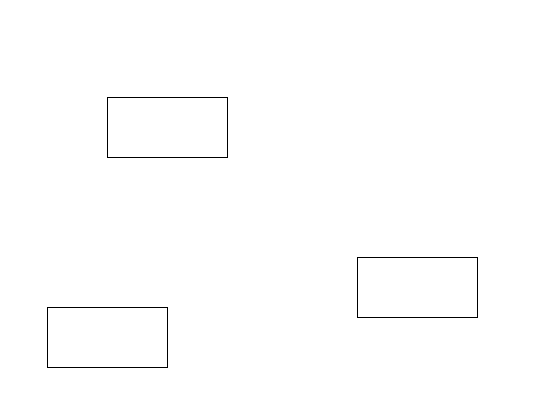
Earlier version of the draw.io diagram Test.drawio (AdampBoucher/DrawioTest). Source tidied: cells renumbered, new cells numbered last; positions are measured from the earlier drawing's top-left corner, leaving out a move shared by most shapes. Both pictures are drawn from the tidied source at 100%, with x=0, y=0 at pixel (47, 97).
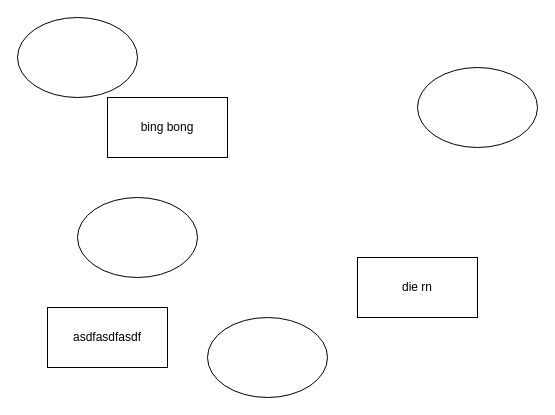
The same page after the edit.

Diff of the diagram source:
```diff
@@
 <mxGraphModel>
   <root>
     <mxCell id="0" />
     <mxCell id="1" parent="0" />
-    <mxCell id="2" style="rounded=0;whiteSpace=wrap;html=1;" parent="1" vertex="1">
+    <mxCell id="2" value="bing bong" style="rounded=0;whiteSpace=wrap;html=1;" parent="1" vertex="1">
       <mxGeometry x="60" width="120" height="60" as="geometry" />
     </mxCell>
-    <mxCell id="3" style="rounded=0;whiteSpace=wrap;html=1;" parent="1" vertex="1">
+    <mxCell id="3" value="die rn" style="rounded=0;whiteSpace=wrap;html=1;" parent="1" vertex="1">
       <mxGeometry x="310" y="160" width="120" height="60" as="geometry" />
     </mxCell>
-    <mxCell id="4" style="rounded=0;whiteSpace=wrap;html=1;" parent="1" vertex="1">
+    <mxCell id="4" value="asdfasdfasdf" style="rounded=0;whiteSpace=wrap;html=1;" parent="1" vertex="1">
       <mxGeometry y="210" width="120" height="60" as="geometry" />
     </mxCell>
+    <mxCell id="5" style="ellipse;whiteSpace=wrap;html=1;" parent="1" vertex="1">
+      <mxGeometry x="-30" y="-80" width="120" height="80" as="geometry" />
+    </mxCell>
+    <mxCell id="6" style="ellipse;whiteSpace=wrap;html=1;" parent="1" vertex="1">
+      <mxGeometry x="30" y="100" width="120" height="80" as="geometry" />
+    </mxCell>
+    <mxCell id="7" style="ellipse;whiteSpace=wrap;html=1;" parent="1" vertex="1">
+      <mxGeometry x="370" y="-30" width="120" height="80" as="geometry" />
+    </mxCell>
+    <mxCell id="8" style="ellipse;whiteSpace=wrap;html=1;" parent="1" vertex="1">
+      <mxGeometry x="160" y="220" width="120" height="80" as="geometry" />
+    </mxCell>
   </root>
 </mxGraphModel>
```
